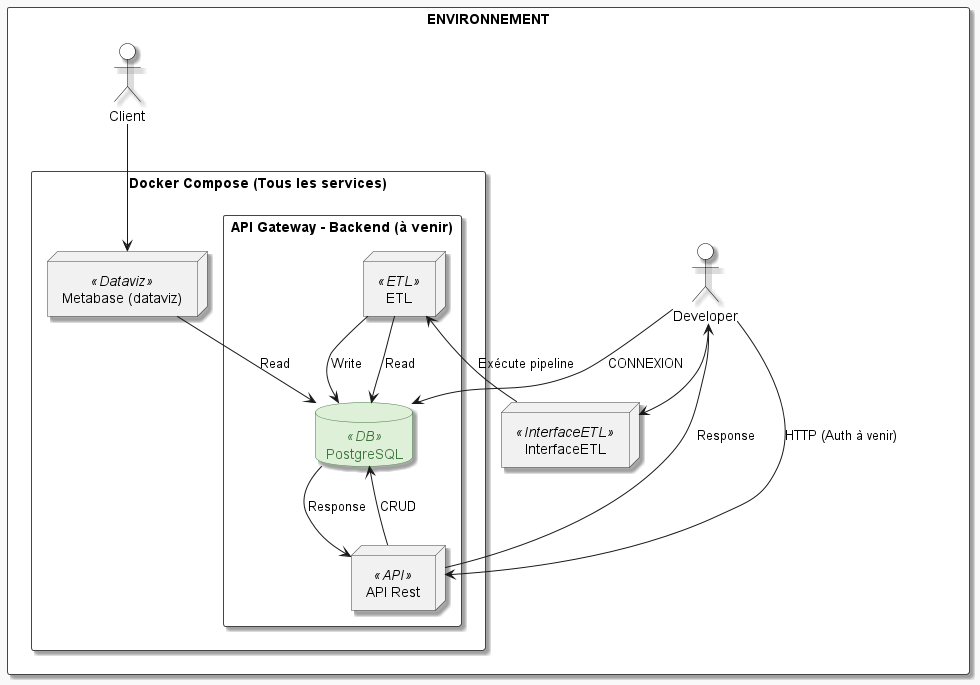
Earlier version of the PlantUML export docs/architecture/img/architecture.png (Sam-rst/EPSI_B3_MSPR-Groupe_MATS). Source of this version:
```plantuml
@startuml
skinparam backgroundColor #f9f9f9
skinparam defaultTextAlignment center
skinparam shadowing true

skinparam rectangle {
    BackgroundColor #ffffff
    BorderColor #444444
    FontColor #000000
}
skinparam node {
    BorderColor #444444
    FontColor #000000
}
skinparam database {
    BackgroundColor #dff0d8
    BorderColor #3c763d
    FontColor #3c763d
}
skinparam actor {
    BackgroundColor #ffffff
    BorderColor #000000
    FontColor #000000
}

rectangle "ENVIRONNEMENT" {

    actor Developer
    actor Client

    node InterfaceETL <<InterfaceETL>> {
    }

    rectangle "Docker Compose (Tous les services)" {

        rectangle "API Gateway - Backend (à venir)" {

            node "ETL" <<ETL>> {
            }
            skinparam component<<ETL>> {
                BackgroundColor #ffefd5
                BorderColor #ffa500
                FontColor #d35400
            }

            node "API Rest" <<API>> {
            }
            skinparam component<<API>> {
                BackgroundColor #e6f2ff
                BorderColor #3399ff
                FontColor #0066cc
            }

            database "PostgreSQL" <<DB>> {
            }

            "ETL" --> "PostgreSQL" : Write
            Developer --> "API Rest" : HTTP (Auth à venir)
            Developer --> "PostgreSQL" : CONNEXION
            "API Rest" --> "PostgreSQL" : CRUD
            "PostgreSQL" --> "API Rest" : Response
            "ETL" --> "PostgreSQL" : Read
            "API Rest" --> Developer : Response
        }

        node "Metabase (dataviz)" <<Dataviz>> {
        }
        skinparam component<<Dataviz>> {
            BackgroundColor #f3e5f5
            BorderColor #9c27b0
            FontColor #6a1b9a
        }

        "Metabase (dataviz)" --> "PostgreSQL" : Read
        Client --> "Metabase (dataviz)"
        Developer --> InterfaceETL
        InterfaceETL --> "ETL" : Exécute pipeline
    }
}
@enduml
```
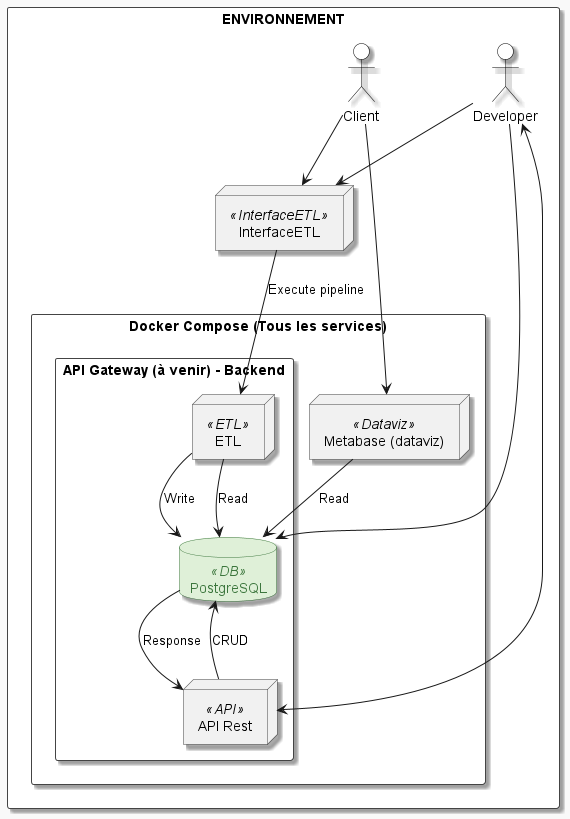
After the change.

Commit message:
MSPR-93 : V2 du schéma architectural de la solution

Diff of the diagram source:
```diff
@@ -33,7 +33,7 @@
 
     rectangle "Docker Compose (Tous les services)" {
 
-        rectangle "API Gateway - Backend (à venir)" {
+        rectangle "API Gateway (à venir) - Backend" {
 
             node "ETL" <<ETL>> {
             }
@@ -55,12 +55,11 @@
             }
 
             "ETL" --> "PostgreSQL" : Write
-            Developer --> "API Rest" : HTTP (Auth à venir)
-            Developer --> "PostgreSQL" : CONNEXION
+            Developer <--> "API Rest"
+            Developer --> "PostgreSQL"
             "API Rest" --> "PostgreSQL" : CRUD
             "PostgreSQL" --> "API Rest" : Response
             "ETL" --> "PostgreSQL" : Read
-            "API Rest" --> Developer : Response
         }
 
         node "Metabase (dataviz)" <<Dataviz>> {
@@ -73,8 +72,9 @@
 
         "Metabase (dataviz)" --> "PostgreSQL" : Read
         Client --> "Metabase (dataviz)"
+        Client --> "InterfaceETL"
         Developer --> InterfaceETL
-        InterfaceETL --> "ETL" : Exécute pipeline
+        InterfaceETL --> "ETL" : Execute pipeline
     }
 }
 @enduml
```
